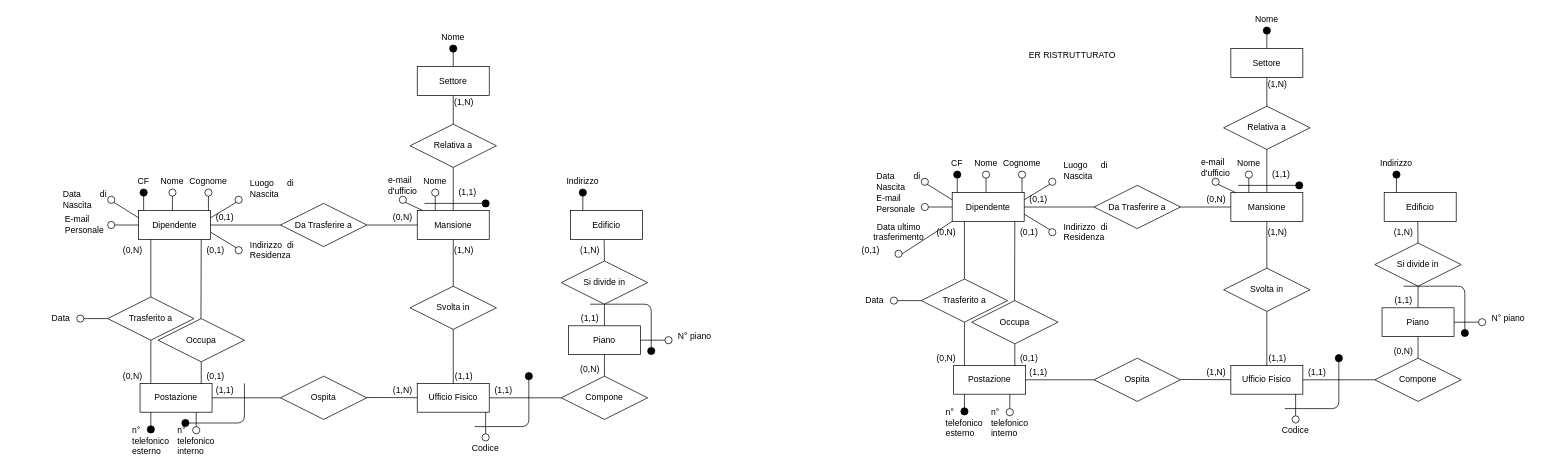
Torkin1/Directory_aziendale keeps this draw.io diagram as diagram_ER/diagram_ER.drawio. Above is the earlier version. Source tidied: cells renumbered, new cells numbered last; positions are measured from the earlier drawing's top-left corner, leaving out a move shared by most shapes. Both pictures are drawn from the tidied source at 72%, with x=0, y=0 at pixel (50, 12).
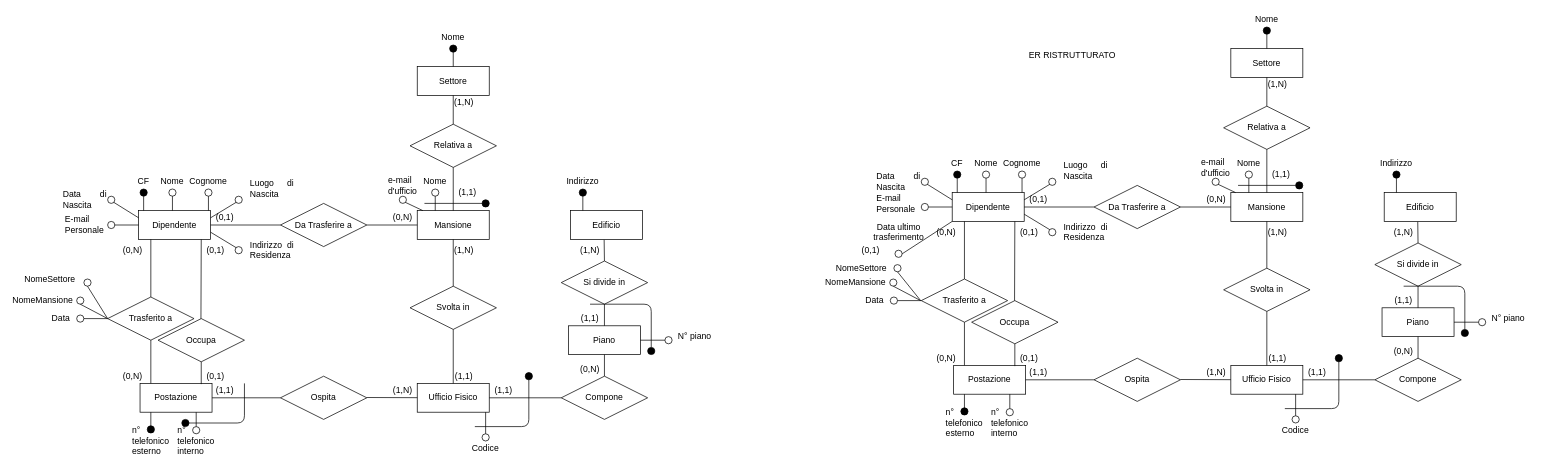
Above is the later version.

Unchanged cells that the change refers to:
```xml
<mxCell id="30" value="Trasferito a" style="shape=rhombus;perimeter=rhombusPerimeter;whiteSpace=wrap;html=1;align=center;" parent="1" vertex="1">
  <mxGeometry x="80" y="395" width="120" height="60" as="geometry" />
</mxCell>
```

The edit, as a diff of the source:
```diff
@@
+    <mxCell id="213" style="ellipse;whiteSpace=wrap;html=1;" parent="1" vertex="1">
+      <mxGeometry x="37" y="395" width="10" height="10" as="geometry" />
+    </mxCell>
+    <mxCell id="214" style="endArrow=none;html=1;entryX=0.5;entryY=1;entryDx=0;entryDy=0;exitX=0;exitY=0.5;exitDx=0;exitDy=0;" parent="1" edge="1" source="30" target="213">
+      <mxGeometry relative="1" as="geometry" />
+    </mxCell>
+    <mxCell id="215" value="NomeMansione" style="text;html=1;strokeColor=none;fillColor=none;align=center;verticalAlign=middle;whiteSpace=wrap;rounded=0;" parent="1" vertex="1">
+      <mxGeometry x="-30" y="390" width="40" height="20" as="geometry" />
+    </mxCell>
+    <mxCell id="216" style="ellipse;whiteSpace=wrap;html=1;" parent="1" vertex="1">
+      <mxGeometry x="47" y="370" width="10" height="10" as="geometry" />
+    </mxCell>
+    <mxCell id="217" style="endArrow=none;html=1;entryX=0.5;entryY=1;entryDx=0;entryDy=0;exitX=0;exitY=0.5;exitDx=0;exitDy=0;" parent="1" edge="1" source="30" target="216">
+      <mxGeometry relative="1" as="geometry" />
+    </mxCell>
+    <mxCell id="218" value="NomeSettore" style="text;html=1;strokeColor=none;fillColor=none;align=center;verticalAlign=middle;whiteSpace=wrap;rounded=0;" parent="1" vertex="1">
+      <mxGeometry x="-20" y="360" width="40" height="20" as="geometry" />
+    </mxCell>
+    <mxCell id="219" style="ellipse;whiteSpace=wrap;html=1;" parent="1" vertex="1">
+      <mxGeometry x="1166.2" y="370" width="10" height="10" as="geometry" />
+    </mxCell>
+    <mxCell id="220" style="endArrow=none;html=1;entryX=0.5;entryY=1;entryDx=0;entryDy=0;exitX=0;exitY=0.5;exitDx=0;exitDy=0;" parent="1" edge="1" target="219">
+      <mxGeometry relative="1" as="geometry">
+        <mxPoint x="1209.2" y="400" as="sourcePoint" />
+      </mxGeometry>
+    </mxCell>
+    <mxCell id="221" value="NomeMansione" style="text;html=1;strokeColor=none;fillColor=none;align=center;verticalAlign=middle;whiteSpace=wrap;rounded=0;" parent="1" vertex="1">
+      <mxGeometry x="1099.2" y="365" width="40" height="20" as="geometry" />
+    </mxCell>
+    <mxCell id="222" style="ellipse;whiteSpace=wrap;html=1;" parent="1" vertex="1">
+      <mxGeometry x="1172" y="350" width="10" height="10" as="geometry" />
+    </mxCell>
+    <mxCell id="223" style="endArrow=none;html=1;entryX=0.5;entryY=1;entryDx=0;entryDy=0;exitX=0;exitY=0.5;exitDx=0;exitDy=0;" parent="1" edge="1" target="222">
+      <mxGeometry relative="1" as="geometry">
+        <mxPoint x="1209.2" y="400" as="sourcePoint" />
+      </mxGeometry>
+    </mxCell>
+    <mxCell id="224" value="NomeSettore" style="text;html=1;strokeColor=none;fillColor=none;align=center;verticalAlign=middle;whiteSpace=wrap;rounded=0;" parent="1" vertex="1">
+      <mxGeometry x="1107" y="345" width="40" height="20" as="geometry" />
+    </mxCell>
```
